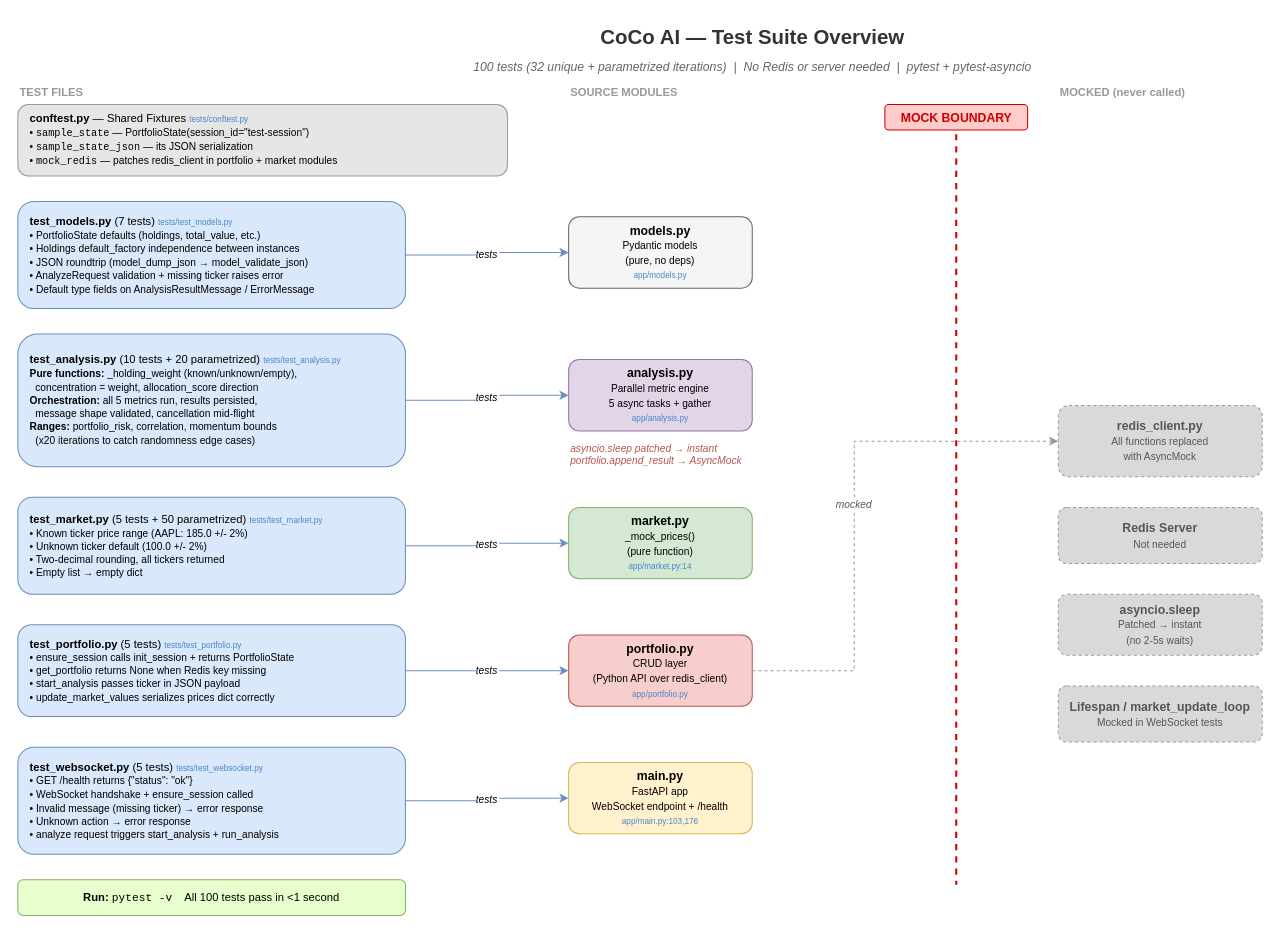
Earlier version of the draw.io diagram page "Tests" (2 of 3) of documentation/diagrams/system-architecture.drawio (onexdata/stock-portfolio-analysis). Source tidied: cells renumbered, new cells numbered last; positions are measured from the earlier drawing's top-left corner, leaving out a move shared by most shapes. Both pictures are drawn from the tidied source at 102%, with x=0, y=0 at pixel (17, 17).
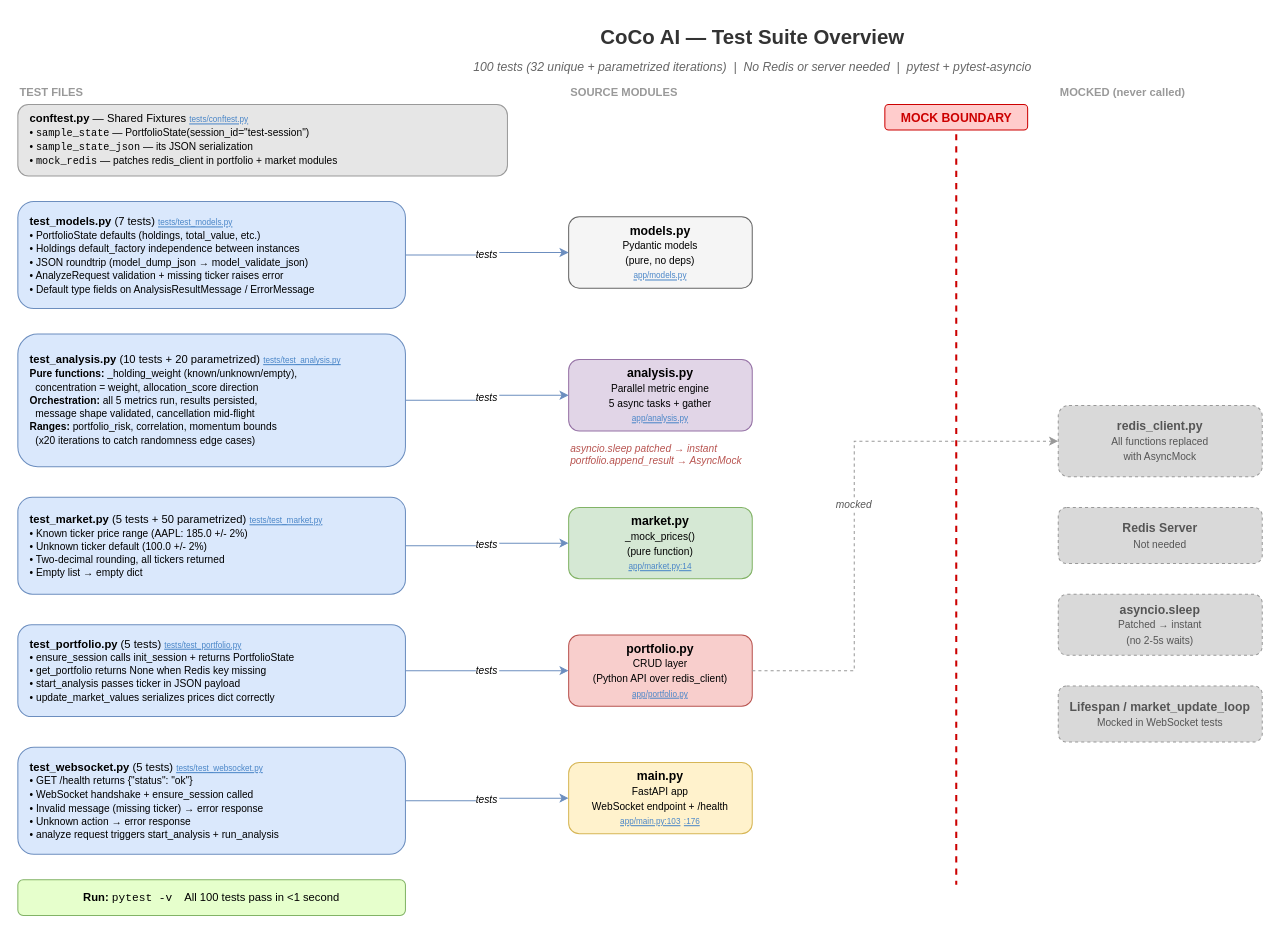
Above is the later version.

What changed in the source:
```diff
@@
-    <mxCell id="7" value="&lt;b&gt;conftest.py&lt;/b&gt; — Shared Fixtures &lt;font style=&quot;font-size:8px;color:#4a86c8&quot;&gt;tests/conftest.py&lt;/font&gt;&lt;br&gt;&lt;font style=&quot;font-size:10px&quot;&gt;&amp;bull; &lt;code&gt;sample_state&lt;/code&gt; — PortfolioState(session_id=&amp;quot;test-session&amp;quot;)&lt;br&gt;&amp;bull; &lt;code&gt;sample_state_json&lt;/code&gt; — its JSON serialization&lt;br&gt;&amp;bull; &lt;code&gt;mock_redis&lt;/code&gt; — patches redis_client in portfolio + market modules&lt;/font&gt;" style="rounded=1;whiteSpace=wrap;html=1;fillColor=#e6e6e6;strokeColor=#999999;fontSize=11;align=left;spacingLeft=10;" parent="1" vertex="1">
+    <mxCell id="7" value="&lt;b&gt;conftest.py&lt;/b&gt; — Shared Fixtures &lt;a href=&quot;https://github.com/onexdata/stock-portfolio-analysis/blob/main/tests/conftest.py&quot; style=&quot;font-size:8px;color:#4a86c8&quot;&gt;tests/conftest.py&lt;/a&gt;&lt;br&gt;&lt;font style=&quot;font-size:10px&quot;&gt;&amp;bull; &lt;code&gt;sample_state&lt;/code&gt; — PortfolioState(session_id=&amp;quot;test-session&amp;quot;)&lt;br&gt;&amp;bull; &lt;code&gt;sample_state_json&lt;/code&gt; — its JSON serialization&lt;br&gt;&amp;bull; &lt;code&gt;mock_redis&lt;/code&gt; — patches redis_client in portfolio + market modules&lt;/font&gt;" style="rounded=1;whiteSpace=wrap;html=1;fillColor=#e6e6e6;strokeColor=#999999;fontSize=11;align=left;spacingLeft=10;" parent="1" vertex="1">
       <mxGeometry y="85" width="480" height="70" as="geometry" />
     </mxCell>
-    <mxCell id="8" value="&lt;b&gt;test_models.py&lt;/b&gt; (7 tests) &lt;font style=&quot;font-size:8px;color:#4a86c8&quot;&gt;tests/test_models.py&lt;/font&gt;&lt;br&gt;&lt;font style=&quot;font-size:10px&quot;&gt;&amp;bull; PortfolioState defaults (holdings, total_value, etc.)&lt;br&gt;&amp;bull; Holdings default_factory independence between instances&lt;br&gt;&amp;bull; JSON roundtrip (model_dump_json → model_validate_json)&lt;br&gt;&amp;bull; AnalyzeRequest validation + missing ticker raises error&lt;br&gt;&amp;bull; Default type fields on AnalysisResultMessage / ErrorMessage&lt;/font&gt;" style="rounded=1;whiteSpace=wrap;html=1;fillColor=#dae8fc;strokeColor=#6c8ebf;fontSize=11;align=left;spacingLeft=10;" parent="1" vertex="1">
+    <mxCell id="8" value="&lt;b&gt;test_models.py&lt;/b&gt; (7 tests) &lt;a href=&quot;https://github.com/onexdata/stock-portfolio-analysis/blob/main/tests/test_models.py&quot; style=&quot;font-size:8px;color:#4a86c8&quot;&gt;tests/test_models.py&lt;/a&gt;&lt;br&gt;&lt;font style=&quot;font-size:10px&quot;&gt;&amp;bull; PortfolioState defaults (holdings, total_value, etc.)&lt;br&gt;&amp;bull; Holdings default_factory independence between instances&lt;br&gt;&amp;bull; JSON roundtrip (model_dump_json → model_validate_json)&lt;br&gt;&amp;bull; AnalyzeRequest validation + missing ticker raises error&lt;br&gt;&amp;bull; Default type fields on AnalysisResultMessage / ErrorMessage&lt;/font&gt;" style="rounded=1;whiteSpace=wrap;html=1;fillColor=#dae8fc;strokeColor=#6c8ebf;fontSize=11;align=left;spacingLeft=10;" parent="1" vertex="1">
       <mxGeometry y="180" width="380" height="105" as="geometry" />
     </mxCell>
-    <mxCell id="9" value="&lt;b&gt;models.py&lt;/b&gt;&lt;br&gt;&lt;font style=&quot;font-size:10px&quot;&gt;Pydantic models&lt;br&gt;(pure, no deps)&lt;/font&gt;&lt;br&gt;&lt;font style=&quot;font-size:8px;color:#4a86c8&quot;&gt;app/models.py&lt;/font&gt;" style="rounded=1;whiteSpace=wrap;html=1;fillColor=#f5f5f5;strokeColor=#666666;fontSize=12;" parent="1" vertex="1">
+    <mxCell id="9" value="&lt;b&gt;models.py&lt;/b&gt;&lt;br&gt;&lt;font style=&quot;font-size:10px&quot;&gt;Pydantic models&lt;br&gt;(pure, no deps)&lt;/font&gt;&lt;br&gt;&lt;a href=&quot;https://github.com/onexdata/stock-portfolio-analysis/blob/main/app/models.py&quot; style=&quot;font-size:8px;color:#4a86c8&quot;&gt;app/models.py&lt;/a&gt;" style="rounded=1;whiteSpace=wrap;html=1;fillColor=#f5f5f5;strokeColor=#666666;fontSize=12;" parent="1" vertex="1">
       <mxGeometry x="540" y="195" width="180" height="70" as="geometry" />
     </mxCell>
@@
-    <mxCell id="11" value="&lt;b&gt;test_analysis.py&lt;/b&gt; (10 tests + 20 parametrized) &lt;font style=&quot;font-size:8px;color:#4a86c8&quot;&gt;tests/test_analysis.py&lt;/font&gt;&lt;br&gt;&lt;font style=&quot;font-size:10px&quot;&gt;&lt;b&gt;Pure functions:&lt;/b&gt; _holding_weight (known/unknown/empty),&lt;br&gt;&amp;nbsp;&amp;nbsp;concentration = weight, allocation_score direction&lt;br&gt;&lt;b&gt;Orchestration:&lt;/b&gt; all 5 metrics run, results persisted,&lt;br&gt;&amp;nbsp;&amp;nbsp;message shape validated, cancellation mid-flight&lt;br&gt;&lt;b&gt;Ranges:&lt;/b&gt; portfolio_risk, correlation, momentum bounds&lt;br&gt;&amp;nbsp;&amp;nbsp;(x20 iterations to catch randomness edge cases)&lt;/font&gt;" style="rounded=1;whiteSpace=wrap;html=1;fillColor=#dae8fc;strokeColor=#6c8ebf;fontSize=11;align=left;spacingLeft=10;" parent="1" vertex="1">
+    <mxCell id="11" value="&lt;b&gt;test_analysis.py&lt;/b&gt; (10 tests + 20 parametrized) &lt;a href=&quot;https://github.com/onexdata/stock-portfolio-analysis/blob/main/tests/test_analysis.py&quot; style=&quot;font-size:8px;color:#4a86c8&quot;&gt;tests/test_analysis.py&lt;/a&gt;&lt;br&gt;&lt;font style=&quot;font-size:10px&quot;&gt;&lt;b&gt;Pure functions:&lt;/b&gt; _holding_weight (known/unknown/empty),&lt;br&gt;&amp;nbsp;&amp;nbsp;concentration = weight, allocation_score direction&lt;br&gt;&lt;b&gt;Orchestration:&lt;/b&gt; all 5 metrics run, results persisted,&lt;br&gt;&amp;nbsp;&amp;nbsp;message shape validated, cancellation mid-flight&lt;br&gt;&lt;b&gt;Ranges:&lt;/b&gt; portfolio_risk, correlation, momentum bounds&lt;br&gt;&amp;nbsp;&amp;nbsp;(x20 iterations to catch randomness edge cases)&lt;/font&gt;" style="rounded=1;whiteSpace=wrap;html=1;fillColor=#dae8fc;strokeColor=#6c8ebf;fontSize=11;align=left;spacingLeft=10;" parent="1" vertex="1">
       <mxGeometry y="310" width="380" height="130" as="geometry" />
     </mxCell>
-    <mxCell id="12" value="&lt;b&gt;analysis.py&lt;/b&gt;&lt;br&gt;&lt;font style=&quot;font-size:10px&quot;&gt;Parallel metric engine&lt;br&gt;5 async tasks + gather&lt;/font&gt;&lt;br&gt;&lt;font style=&quot;font-size:8px;color:#4a86c8&quot;&gt;app/analysis.py&lt;/font&gt;" style="rounded=1;whiteSpace=wrap;html=1;fillColor=#e1d5e7;strokeColor=#9673a6;fontSize=12;" parent="1" vertex="1">
+    <mxCell id="12" value="&lt;b&gt;analysis.py&lt;/b&gt;&lt;br&gt;&lt;font style=&quot;font-size:10px&quot;&gt;Parallel metric engine&lt;br&gt;5 async tasks + gather&lt;/font&gt;&lt;br&gt;&lt;a href=&quot;https://github.com/onexdata/stock-portfolio-analysis/blob/main/app/analysis.py&quot; style=&quot;font-size:8px;color:#4a86c8&quot;&gt;app/analysis.py&lt;/a&gt;" style="rounded=1;whiteSpace=wrap;html=1;fillColor=#e1d5e7;strokeColor=#9673a6;fontSize=12;" parent="1" vertex="1">
       <mxGeometry x="540" y="335" width="180" height="70" as="geometry" />
     </mxCell>
@@
-    <mxCell id="15" value="&lt;b&gt;test_market.py&lt;/b&gt; (5 tests + 50 parametrized) &lt;font style=&quot;font-size:8px;color:#4a86c8&quot;&gt;tests/test_market.py&lt;/font&gt;&lt;br&gt;&lt;font style=&quot;font-size:10px&quot;&gt;&amp;bull; Known ticker price range (AAPL: 185.0 +/- 2%)&lt;br&gt;&amp;bull; Unknown ticker default (100.0 +/- 2%)&lt;br&gt;&amp;bull; Two-decimal rounding, all tickers returned&lt;br&gt;&amp;bull; Empty list → empty dict&lt;/font&gt;" style="rounded=1;whiteSpace=wrap;html=1;fillColor=#dae8fc;strokeColor=#6c8ebf;fontSize=11;align=left;spacingLeft=10;" parent="1" vertex="1">
+    <mxCell id="15" value="&lt;b&gt;test_market.py&lt;/b&gt; (5 tests + 50 parametrized) &lt;a href=&quot;https://github.com/onexdata/stock-portfolio-analysis/blob/main/tests/test_market.py&quot; style=&quot;font-size:8px;color:#4a86c8&quot;&gt;tests/test_market.py&lt;/a&gt;&lt;br&gt;&lt;font style=&quot;font-size:10px&quot;&gt;&amp;bull; Known ticker price range (AAPL: 185.0 +/- 2%)&lt;br&gt;&amp;bull; Unknown ticker default (100.0 +/- 2%)&lt;br&gt;&amp;bull; Two-decimal rounding, all tickers returned&lt;br&gt;&amp;bull; Empty list → empty dict&lt;/font&gt;" style="rounded=1;whiteSpace=wrap;html=1;fillColor=#dae8fc;strokeColor=#6c8ebf;fontSize=11;align=left;spacingLeft=10;" parent="1" vertex="1">
       <mxGeometry y="470" width="380" height="95" as="geometry" />
     </mxCell>
-    <mxCell id="16" value="&lt;b&gt;market.py&lt;/b&gt;&lt;br&gt;&lt;font style=&quot;font-size:10px&quot;&gt;_mock_prices()&lt;br&gt;(pure function)&lt;/font&gt;&lt;br&gt;&lt;font style=&quot;font-size:8px;color:#4a86c8&quot;&gt;app/market.py:14&lt;/font&gt;" style="rounded=1;whiteSpace=wrap;html=1;fillColor=#d5e8d4;strokeColor=#82b366;fontSize=12;" parent="1" vertex="1">
+    <mxCell id="16" value="&lt;b&gt;market.py&lt;/b&gt;&lt;br&gt;&lt;font style=&quot;font-size:10px&quot;&gt;_mock_prices()&lt;br&gt;(pure function)&lt;/font&gt;&lt;br&gt;&lt;a href=&quot;https://github.com/onexdata/stock-portfolio-analysis/blob/main/app/market.py#L14&quot; style=&quot;font-size:8px;color:#4a86c8&quot;&gt;app/market.py:14&lt;/a&gt;" style="rounded=1;whiteSpace=wrap;html=1;fillColor=#d5e8d4;strokeColor=#82b366;fontSize=12;" parent="1" vertex="1">
       <mxGeometry x="540" y="480" width="180" height="70" as="geometry" />
     </mxCell>
@@
-    <mxCell id="18" value="&lt;b&gt;test_portfolio.py&lt;/b&gt; (5 tests) &lt;font style=&quot;font-size:8px;color:#4a86c8&quot;&gt;tests/test_portfolio.py&lt;/font&gt;&lt;br&gt;&lt;font style=&quot;font-size:10px&quot;&gt;&amp;bull; ensure_session calls init_session + returns PortfolioState&lt;br&gt;&amp;bull; get_portfolio returns None when Redis key missing&lt;br&gt;&amp;bull; start_analysis passes ticker in JSON payload&lt;br&gt;&amp;bull; update_market_values serializes prices dict correctly&lt;/font&gt;" style="rounded=1;whiteSpace=wrap;html=1;fillColor=#dae8fc;strokeColor=#6c8ebf;fontSize=11;align=left;spacingLeft=10;" parent="1" vertex="1">
+    <mxCell id="18" value="&lt;b&gt;test_portfolio.py&lt;/b&gt; (5 tests) &lt;a href=&quot;https://github.com/onexdata/stock-portfolio-analysis/blob/main/tests/test_portfolio.py&quot; style=&quot;font-size:8px;color:#4a86c8&quot;&gt;tests/test_portfolio.py&lt;/a&gt;&lt;br&gt;&lt;font style=&quot;font-size:10px&quot;&gt;&amp;bull; ensure_session calls init_session + returns PortfolioState&lt;br&gt;&amp;bull; get_portfolio returns None when Redis key missing&lt;br&gt;&amp;bull; start_analysis passes ticker in JSON payload&lt;br&gt;&amp;bull; update_market_values serializes prices dict correctly&lt;/font&gt;" style="rounded=1;whiteSpace=wrap;html=1;fillColor=#dae8fc;strokeColor=#6c8ebf;fontSize=11;align=left;spacingLeft=10;" parent="1" vertex="1">
       <mxGeometry y="595" width="380" height="90" as="geometry" />
     </mxCell>
-    <mxCell id="19" value="&lt;b&gt;portfolio.py&lt;/b&gt;&lt;br&gt;&lt;font style=&quot;font-size:10px&quot;&gt;CRUD layer&lt;br&gt;(Python API over redis_client)&lt;/font&gt;&lt;br&gt;&lt;font style=&quot;font-size:8px;color:#4a86c8&quot;&gt;app/portfolio.py&lt;/font&gt;" style="rounded=1;whiteSpace=wrap;html=1;fillColor=#f8cecc;strokeColor=#b85450;fontSize=12;" parent="1" vertex="1">
+    <mxCell id="19" value="&lt;b&gt;portfolio.py&lt;/b&gt;&lt;br&gt;&lt;font style=&quot;font-size:10px&quot;&gt;CRUD layer&lt;br&gt;(Python API over redis_client)&lt;/font&gt;&lt;br&gt;&lt;a href=&quot;https://github.com/onexdata/stock-portfolio-analysis/blob/main/app/portfolio.py&quot; style=&quot;font-size:8px;color:#4a86c8&quot;&gt;app/portfolio.py&lt;/a&gt;" style="rounded=1;whiteSpace=wrap;html=1;fillColor=#f8cecc;strokeColor=#b85450;fontSize=12;" parent="1" vertex="1">
       <mxGeometry x="540" y="605" width="180" height="70" as="geometry" />
     </mxCell>
@@
-    <mxCell id="21" value="&lt;b&gt;test_websocket.py&lt;/b&gt; (5 tests) &lt;font style=&quot;font-size:8px;color:#4a86c8&quot;&gt;tests/test_websocket.py&lt;/font&gt;&lt;br&gt;&lt;font style=&quot;font-size:10px&quot;&gt;&amp;bull; GET /health returns {&amp;quot;status&amp;quot;: &amp;quot;ok&amp;quot;}&lt;br&gt;&amp;bull; WebSocket handshake + ensure_session called&lt;br&gt;&amp;bull; Invalid message (missing ticker) → error response&lt;br&gt;&amp;bull; Unknown action → error response&lt;br&gt;&amp;bull; analyze request triggers start_analysis + run_analysis&lt;/font&gt;" style="rounded=1;whiteSpace=wrap;html=1;fillColor=#dae8fc;strokeColor=#6c8ebf;fontSize=11;align=left;spacingLeft=10;" parent="1" vertex="1">
+    <mxCell id="21" value="&lt;b&gt;test_websocket.py&lt;/b&gt; (5 tests) &lt;a href=&quot;https://github.com/onexdata/stock-portfolio-analysis/blob/main/tests/test_websocket.py&quot; style=&quot;font-size:8px;color:#4a86c8&quot;&gt;tests/test_websocket.py&lt;/a&gt;&lt;br&gt;&lt;font style=&quot;font-size:10px&quot;&gt;&amp;bull; GET /health returns {&amp;quot;status&amp;quot;: &amp;quot;ok&amp;quot;}&lt;br&gt;&amp;bull; WebSocket handshake + ensure_session called&lt;br&gt;&amp;bull; Invalid message (missing ticker) → error response&lt;br&gt;&amp;bull; Unknown action → error response&lt;br&gt;&amp;bull; analyze request triggers start_analysis + run_analysis&lt;/font&gt;" style="rounded=1;whiteSpace=wrap;html=1;fillColor=#dae8fc;strokeColor=#6c8ebf;fontSize=11;align=left;spacingLeft=10;" parent="1" vertex="1">
       <mxGeometry y="715" width="380" height="105" as="geometry" />
     </mxCell>
-    <mxCell id="22" value="&lt;b&gt;main.py&lt;/b&gt;&lt;br&gt;&lt;font style=&quot;font-size:10px&quot;&gt;FastAPI app&lt;br&gt;WebSocket endpoint + /health&lt;/font&gt;&lt;br&gt;&lt;font style=&quot;font-size:8px;color:#4a86c8&quot;&gt;app/main.py:103,176&lt;/font&gt;" style="rounded=1;whiteSpace=wrap;html=1;fillColor=#fff2cc;strokeColor=#d6b656;fontSize=12;" parent="1" vertex="1">
+    <mxCell id="22" value="&lt;b&gt;main.py&lt;/b&gt;&lt;br&gt;&lt;font style=&quot;font-size:10px&quot;&gt;FastAPI app&lt;br&gt;WebSocket endpoint + /health&lt;/font&gt;&lt;br&gt;&lt;a href=&quot;https://github.com/onexdata/stock-portfolio-analysis/blob/main/app/main.py#L103&quot; style=&quot;font-size:8px;color:#4a86c8&quot;&gt;app/main.py:103&lt;/a&gt; &lt;a href=&quot;https://github.com/onexdata/stock-portfolio-analysis/blob/main/app/main.py#L176&quot; style=&quot;font-size:8px;color:#4a86c8&quot;&gt;:176&lt;/a&gt;" style="rounded=1;whiteSpace=wrap;html=1;fillColor=#fff2cc;strokeColor=#d6b656;fontSize=12;" parent="1" vertex="1">
       <mxGeometry x="540" y="730" width="180" height="70" as="geometry" />
     </mxCell>
```
